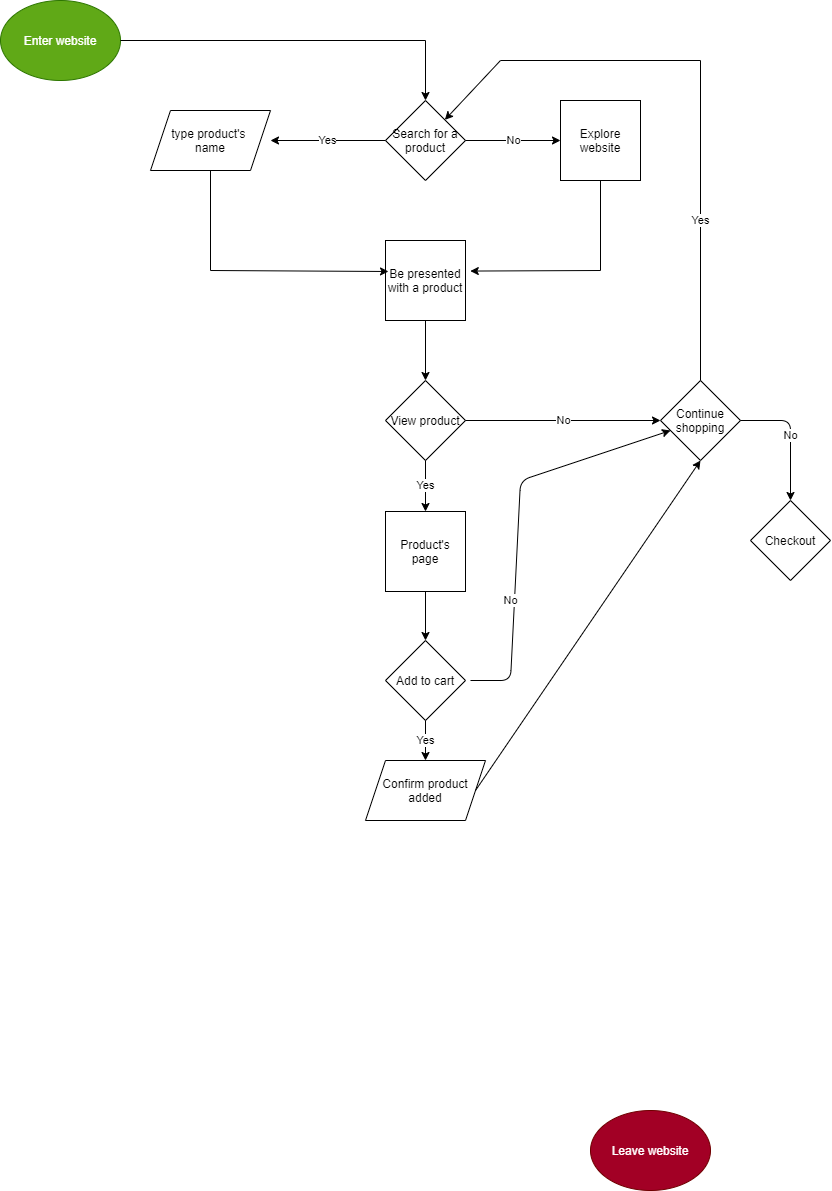
This is part2/part2.drawio.png from leeorn/wi21-cse110-lab4, a draw.io export, as it was before one commit. Source tidied: cells renumbered, new cells last; positions are measured from the earlier drawing's top-left corner, leaving out a move shared by most shapes.
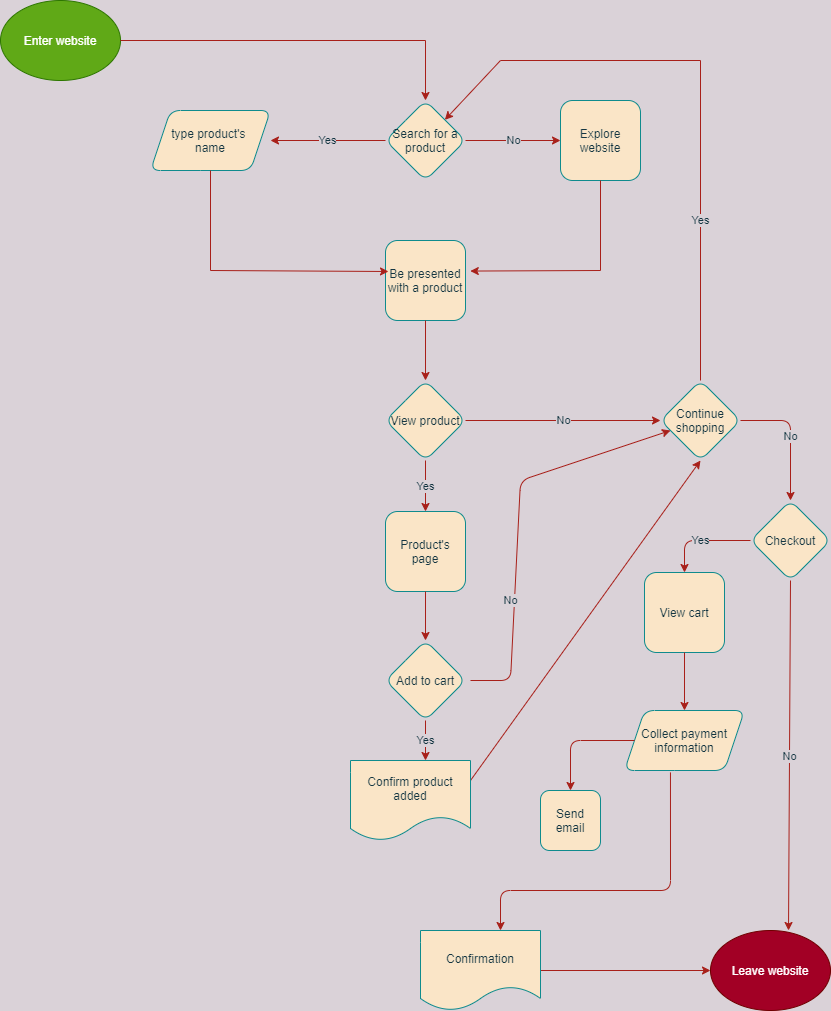
Above is the later version.

Commit message:
finish part 2 diagram

Change to the diagram source:
```diff
@@ -1,109 +1,109 @@
-<mxGraphModel>
+<mxGraphModel background="#DAD2D8">
   <root>
     <mxCell id="0" />
     <mxCell id="1" parent="0" />
-    <mxCell id="2" value="Enter website" style="ellipse;whiteSpace=wrap;html=1;fillColor=#60a917;strokeColor=#2D7600;fontColor=#ffffff;" parent="1" vertex="1">
+    <mxCell id="2" value="Enter website" style="ellipse;whiteSpace=wrap;html=1;fillColor=#60a917;strokeColor=#2D7600;fontColor=#ffffff;rounded=1;" parent="1" vertex="1">
       <mxGeometry width="120" height="80" as="geometry" />
     </mxCell>
-    <mxCell id="3" style="endArrow=none;html=1;" parent="1" edge="1">
+    <mxCell id="3" style="endArrow=none;html=1;labelBackgroundColor=#DAD2D8;strokeColor=#A8201A;fontColor=#143642;" parent="1" edge="1">
       <mxGeometry relative="1" as="geometry">
         <mxPoint x="120" y="40" as="sourcePoint" />
         <mxPoint x="425" y="40" as="targetPoint" />
       </mxGeometry>
     </mxCell>
-    <mxCell id="4" style="endArrow=classic;html=1;" parent="1" edge="1">
+    <mxCell id="4" style="endArrow=classic;html=1;labelBackgroundColor=#DAD2D8;strokeColor=#A8201A;fontColor=#143642;" parent="1" edge="1">
       <mxGeometry relative="1" as="geometry">
         <mxPoint x="425" y="40" as="sourcePoint" />
         <mxPoint x="425" y="100" as="targetPoint" />
       </mxGeometry>
     </mxCell>
-    <mxCell id="5" value="Search for a product" style="rhombus;whiteSpace=wrap;html=1;" parent="1" vertex="1">
+    <mxCell id="5" value="Search for a product" style="rhombus;whiteSpace=wrap;html=1;fillColor=#FAE5C7;strokeColor=#0F8B8D;fontColor=#143642;rounded=1;" parent="1" vertex="1">
       <mxGeometry x="385" y="100" width="80" height="80" as="geometry" />
     </mxCell>
-    <mxCell id="6" value="Yes" style="endArrow=classic;html=1;exitX=0;exitY=0.5;exitDx=0;exitDy=0;" parent="1" edge="1" source="5">
+    <mxCell id="6" value="Yes" style="endArrow=classic;html=1;exitX=0;exitY=0.5;exitDx=0;exitDy=0;labelBackgroundColor=#DAD2D8;strokeColor=#A8201A;fontColor=#143642;" parent="1" edge="1" source="5">
       <mxGeometry relative="1" as="geometry">
         <mxPoint x="270" y="140" as="targetPoint" />
       </mxGeometry>
     </mxCell>
-    <mxCell id="7" value="type product's &lt;br&gt;name" style="shape=parallelogram;perimeter=parallelogramPerimeter;whiteSpace=wrap;html=1;fixedSize=1;" parent="1" vertex="1">
+    <mxCell id="7" value="type product's &lt;br&gt;name" style="shape=parallelogram;perimeter=parallelogramPerimeter;whiteSpace=wrap;html=1;fixedSize=1;fillColor=#FAE5C7;strokeColor=#0F8B8D;fontColor=#143642;rounded=1;" parent="1" vertex="1">
       <mxGeometry x="150" y="110" width="120" height="60" as="geometry" />
     </mxCell>
-    <mxCell id="8" value="No" style="endArrow=classic;html=1;exitX=1;exitY=0.5;exitDx=0;exitDy=0;" parent="1" edge="1" source="5" target="9">
+    <mxCell id="8" value="No" style="endArrow=classic;html=1;exitX=1;exitY=0.5;exitDx=0;exitDy=0;labelBackgroundColor=#DAD2D8;strokeColor=#A8201A;fontColor=#143642;" parent="1" edge="1" source="5" target="9">
       <mxGeometry relative="1" as="geometry" />
     </mxCell>
-    <mxCell id="9" value="Explore website" style="whiteSpace=wrap;html=1;" parent="1" vertex="1">
+    <mxCell id="9" value="Explore website" style="whiteSpace=wrap;html=1;fillColor=#FAE5C7;strokeColor=#0F8B8D;fontColor=#143642;rounded=1;" parent="1" vertex="1">
       <mxGeometry x="560" y="100" width="80" height="80" as="geometry" />
     </mxCell>
-    <mxCell id="10" value="Be presented with a product" style="whiteSpace=wrap;html=1;" parent="1" vertex="1">
+    <mxCell id="10" value="Be presented with a product" style="whiteSpace=wrap;html=1;fillColor=#FAE5C7;strokeColor=#0F8B8D;fontColor=#143642;rounded=1;" parent="1" vertex="1">
       <mxGeometry x="385" y="240" width="80" height="80" as="geometry" />
     </mxCell>
-    <mxCell id="11" style="endArrow=none;html=1;entryX=0.5;entryY=1;entryDx=0;entryDy=0;" parent="1" edge="1" target="7">
+    <mxCell id="11" style="endArrow=none;html=1;entryX=0.5;entryY=1;entryDx=0;entryDy=0;labelBackgroundColor=#DAD2D8;strokeColor=#A8201A;fontColor=#143642;" parent="1" edge="1" target="7">
       <mxGeometry relative="1" as="geometry">
         <mxPoint x="210" y="270" as="sourcePoint" />
       </mxGeometry>
     </mxCell>
-    <mxCell id="12" style="endArrow=classic;html=1;" parent="1" edge="1">
+    <mxCell id="12" style="endArrow=classic;html=1;labelBackgroundColor=#DAD2D8;strokeColor=#A8201A;fontColor=#143642;" parent="1" edge="1">
       <mxGeometry relative="1" as="geometry">
         <mxPoint x="210" y="270" as="sourcePoint" />
         <mxPoint x="388" y="271" as="targetPoint" />
       </mxGeometry>
     </mxCell>
-    <mxCell id="13" style="endArrow=none;html=1;" parent="1" edge="1">
+    <mxCell id="13" style="endArrow=none;html=1;labelBackgroundColor=#DAD2D8;strokeColor=#A8201A;fontColor=#143642;" parent="1" edge="1">
       <mxGeometry relative="1" as="geometry">
         <mxPoint x="600" y="270" as="sourcePoint" />
         <mxPoint x="600" y="180" as="targetPoint" />
       </mxGeometry>
     </mxCell>
-    <mxCell id="14" style="endArrow=classic;html=1;entryX=1.06;entryY=0.382;entryDx=0;entryDy=0;entryPerimeter=0;" parent="1" edge="1" target="10">
+    <mxCell id="14" style="endArrow=classic;html=1;entryX=1.06;entryY=0.382;entryDx=0;entryDy=0;entryPerimeter=0;labelBackgroundColor=#DAD2D8;strokeColor=#A8201A;fontColor=#143642;" parent="1" edge="1" target="10">
       <mxGeometry relative="1" as="geometry">
         <mxPoint x="600" y="270" as="sourcePoint" />
       </mxGeometry>
     </mxCell>
-    <mxCell id="15" value="View product" style="rhombus;whiteSpace=wrap;html=1;" parent="1" vertex="1">
+    <mxCell id="15" value="View product" style="rhombus;whiteSpace=wrap;html=1;fillColor=#FAE5C7;strokeColor=#0F8B8D;fontColor=#143642;rounded=1;" parent="1" vertex="1">
       <mxGeometry x="385" y="380" width="80" height="80" as="geometry" />
     </mxCell>
-    <mxCell id="16" style="endArrow=classic;html=1;exitX=0.5;exitY=1;exitDx=0;exitDy=0;entryX=0.5;entryY=0;entryDx=0;entryDy=0;" parent="1" edge="1" source="10" target="15">
+    <mxCell id="16" style="endArrow=classic;html=1;exitX=0.5;exitY=1;exitDx=0;exitDy=0;entryX=0.5;entryY=0;entryDx=0;entryDy=0;labelBackgroundColor=#DAD2D8;strokeColor=#A8201A;fontColor=#143642;" parent="1" edge="1" source="10" target="15">
       <mxGeometry relative="1" as="geometry" />
     </mxCell>
-    <mxCell id="17" value="No" style="endArrow=classic;html=1;exitX=1;exitY=0.5;exitDx=0;exitDy=0;entryX=0;entryY=0.5;entryDx=0;entryDy=0;" parent="1" edge="1" source="15" target="18">
+    <mxCell id="17" value="No" style="endArrow=classic;html=1;exitX=1;exitY=0.5;exitDx=0;exitDy=0;entryX=0;entryY=0.5;entryDx=0;entryDy=0;labelBackgroundColor=#DAD2D8;strokeColor=#A8201A;fontColor=#143642;" parent="1" edge="1" source="15" target="18">
       <mxGeometry relative="1" as="geometry" />
     </mxCell>
-    <mxCell id="18" value="Continue shopping" style="rhombus;whiteSpace=wrap;html=1;" parent="1" vertex="1">
+    <mxCell id="18" value="Continue shopping" style="rhombus;whiteSpace=wrap;html=1;fillColor=#FAE5C7;strokeColor=#0F8B8D;fontColor=#143642;rounded=1;" parent="1" vertex="1">
       <mxGeometry x="660" y="380" width="80" height="80" as="geometry" />
     </mxCell>
-    <mxCell id="19" value="Yes" style="endArrow=none;html=1;" parent="1" edge="1">
+    <mxCell id="19" value="Yes" style="endArrow=none;html=1;labelBackgroundColor=#DAD2D8;strokeColor=#A8201A;fontColor=#143642;" parent="1" edge="1">
       <mxGeometry relative="1" as="geometry">
         <mxPoint x="700" y="380" as="sourcePoint" />
         <mxPoint x="700" y="60" as="targetPoint" />
       </mxGeometry>
     </mxCell>
-    <mxCell id="20" style="endArrow=none;html=1;" parent="1" edge="1">
+    <mxCell id="20" style="endArrow=none;html=1;labelBackgroundColor=#DAD2D8;strokeColor=#A8201A;fontColor=#143642;" parent="1" edge="1">
       <mxGeometry relative="1" as="geometry">
         <mxPoint x="500" y="60" as="sourcePoint" />
         <mxPoint x="700" y="60" as="targetPoint" />
       </mxGeometry>
     </mxCell>
-    <mxCell id="21" style="endArrow=classic;html=1;" parent="1" edge="1" target="5">
+    <mxCell id="21" style="endArrow=classic;html=1;labelBackgroundColor=#DAD2D8;strokeColor=#A8201A;fontColor=#143642;" parent="1" edge="1" target="5">
       <mxGeometry relative="1" as="geometry">
         <mxPoint x="500" y="60" as="sourcePoint" />
       </mxGeometry>
     </mxCell>
-    <mxCell id="22" value="Product's page" style="whiteSpace=wrap;html=1;" parent="1" vertex="1">
+    <mxCell id="22" value="Product's page" style="whiteSpace=wrap;html=1;fillColor=#FAE5C7;strokeColor=#0F8B8D;fontColor=#143642;rounded=1;" parent="1" vertex="1">
       <mxGeometry x="385" y="511" width="80" height="80" as="geometry" />
     </mxCell>
-    <mxCell id="23" value="Yes" style="endArrow=classic;html=1;exitX=0.5;exitY=1;exitDx=0;exitDy=0;entryX=0.5;entryY=0;entryDx=0;entryDy=0;" parent="1" edge="1" source="15" target="22">
+    <mxCell id="23" value="Yes" style="endArrow=classic;html=1;exitX=0.5;exitY=1;exitDx=0;exitDy=0;entryX=0.5;entryY=0;entryDx=0;entryDy=0;labelBackgroundColor=#DAD2D8;strokeColor=#A8201A;fontColor=#143642;" parent="1" edge="1" source="15" target="22">
       <mxGeometry relative="1" as="geometry" />
     </mxCell>
-    <mxCell id="24" value="Leave website" style="ellipse;whiteSpace=wrap;html=1;fillColor=#a20025;strokeColor=#6F0000;fontColor=#ffffff;" parent="1" vertex="1">
-      <mxGeometry x="590" y="1110" width="120" height="80" as="geometry" />
+    <mxCell id="24" value="Leave website" style="ellipse;whiteSpace=wrap;html=1;fillColor=#a20025;strokeColor=#6F0000;fontColor=#ffffff;rounded=1;" parent="1" vertex="1">
+      <mxGeometry x="710" y="930" width="120" height="80" as="geometry" />
     </mxCell>
-    <mxCell id="25" value="Add to cart" style="rhombus;whiteSpace=wrap;html=1;" parent="1" vertex="1">
+    <mxCell id="25" value="Add to cart" style="rhombus;whiteSpace=wrap;html=1;fillColor=#FAE5C7;strokeColor=#0F8B8D;fontColor=#143642;rounded=1;" parent="1" vertex="1">
       <mxGeometry x="385" y="640" width="80" height="80" as="geometry" />
     </mxCell>
-    <mxCell id="26" style="endArrow=classic;html=1;exitX=0.5;exitY=1;exitDx=0;exitDy=0;entryX=0.5;entryY=0;entryDx=0;entryDy=0;" parent="1" edge="1" source="22" target="25">
+    <mxCell id="26" style="endArrow=classic;html=1;exitX=0.5;exitY=1;exitDx=0;exitDy=0;entryX=0.5;entryY=0;entryDx=0;entryDy=0;labelBackgroundColor=#DAD2D8;strokeColor=#A8201A;fontColor=#143642;" parent="1" edge="1" source="22" target="25">
       <mxGeometry relative="1" as="geometry" />
     </mxCell>
-    <mxCell id="27" value="No" style="endArrow=classic;html=1;" parent="1" edge="1" target="18">
+    <mxCell id="27" value="No" style="endArrow=classic;html=1;labelBackgroundColor=#DAD2D8;strokeColor=#A8201A;fontColor=#143642;" parent="1" edge="1" target="18">
       <mxGeometry x="-0.4" y="4" relative="1" as="geometry">
         <mxPoint x="470" y="680" as="sourcePoint" />
         <Array as="points">
@@ -112,24 +112,72 @@
         </Array>
       </mxGeometry>
     </mxCell>
-    <mxCell id="28" value="Confirm product added" style="shape=parallelogram;perimeter=parallelogramPerimeter;whiteSpace=wrap;html=1;fixedSize=1;" parent="1" vertex="1">
-      <mxGeometry x="365" y="760" width="120" height="60" as="geometry" />
-    </mxCell>
-    <mxCell id="29" value="Yes" style="endArrow=classic;html=1;exitX=0.5;exitY=1;exitDx=0;exitDy=0;entryX=0.5;entryY=0;entryDx=0;entryDy=0;" parent="1" edge="1" source="25" target="28">
-      <mxGeometry relative="1" as="geometry" />
+    <mxCell id="29" value="Yes" style="endArrow=classic;html=1;exitX=0.5;exitY=1;exitDx=0;exitDy=0;entryX=0.5;entryY=0;entryDx=0;entryDy=0;labelBackgroundColor=#DAD2D8;strokeColor=#A8201A;fontColor=#143642;" parent="1" edge="1" source="25">
+      <mxGeometry relative="1" as="geometry">
+        <mxPoint x="425" y="760" as="targetPoint" />
+      </mxGeometry>
     </mxCell>
-    <mxCell id="30" style="endArrow=classic;html=1;exitX=1;exitY=0.5;exitDx=0;exitDy=0;entryX=0.5;entryY=1;entryDx=0;entryDy=0;" parent="1" edge="1" source="28" target="18">
+    <mxCell id="30" style="endArrow=classic;html=1;exitX=1;exitY=0.25;exitDx=0;exitDy=0;entryX=0.5;entryY=1;entryDx=0;entryDy=0;exitPerimeter=0;labelBackgroundColor=#DAD2D8;strokeColor=#A8201A;fontColor=#143642;" parent="1" edge="1" source="28" target="18">
       <mxGeometry relative="1" as="geometry" />
     </mxCell>
-    <mxCell id="31" value="Checkout" style="rhombus;whiteSpace=wrap;html=1;" parent="1" vertex="1">
+    <mxCell id="31" value="Checkout" style="rhombus;whiteSpace=wrap;html=1;fillColor=#FAE5C7;strokeColor=#0F8B8D;fontColor=#143642;rounded=1;" parent="1" vertex="1">
       <mxGeometry x="750" y="500" width="80" height="80" as="geometry" />
     </mxCell>
-    <mxCell id="32" value="No" style="endArrow=classic;html=1;exitX=1;exitY=0.5;exitDx=0;exitDy=0;entryX=0.5;entryY=0;entryDx=0;entryDy=0;" parent="1" edge="1" source="18" target="31">
+    <mxCell id="32" value="No" style="endArrow=classic;html=1;exitX=1;exitY=0.5;exitDx=0;exitDy=0;entryX=0.5;entryY=0;entryDx=0;entryDy=0;labelBackgroundColor=#DAD2D8;strokeColor=#A8201A;fontColor=#143642;" parent="1" edge="1" source="18" target="31">
       <mxGeometry relative="1" as="geometry">
         <Array as="points">
           <mxPoint x="790" y="420" />
         </Array>
       </mxGeometry>
     </mxCell>
+    <mxCell id="33" value="No" style="endArrow=classic;html=1;exitX=0.5;exitY=1;exitDx=0;exitDy=0;entryX=0.65;entryY=0;entryDx=0;entryDy=0;entryPerimeter=0;labelBackgroundColor=#DAD2D8;strokeColor=#A8201A;fontColor=#143642;" parent="1" edge="1" source="31" target="24">
+      <mxGeometry relative="1" as="geometry" />
+    </mxCell>
+    <mxCell id="34" value="View cart" style="whiteSpace=wrap;html=1;fillColor=#FAE5C7;strokeColor=#0F8B8D;fontColor=#143642;rounded=1;" parent="1" vertex="1">
+      <mxGeometry x="644" y="572" width="80" height="80" as="geometry" />
+    </mxCell>
+    <mxCell id="35" value="Yes" style="endArrow=classic;html=1;exitX=0;exitY=0.5;exitDx=0;exitDy=0;entryX=0.5;entryY=0;entryDx=0;entryDy=0;labelBackgroundColor=#DAD2D8;strokeColor=#A8201A;fontColor=#143642;" parent="1" edge="1" source="31" target="34">
+      <mxGeometry relative="1" as="geometry">
+        <Array as="points">
+          <mxPoint x="684" y="540" />
+        </Array>
+      </mxGeometry>
+    </mxCell>
+    <mxCell id="36" value="Collect payment information" style="shape=parallelogram;perimeter=parallelogramPerimeter;whiteSpace=wrap;html=1;fixedSize=1;fillColor=#FAE5C7;strokeColor=#0F8B8D;fontColor=#143642;rounded=1;" parent="1" vertex="1">
+      <mxGeometry x="624" y="710" width="120" height="60" as="geometry" />
+    </mxCell>
+    <mxCell id="37" style="endArrow=classic;html=1;exitX=1;exitY=0.5;exitDx=0;exitDy=0;entryX=0;entryY=0.5;entryDx=0;entryDy=0;labelBackgroundColor=#DAD2D8;strokeColor=#A8201A;fontColor=#143642;" parent="1" edge="1" target="24">
+      <mxGeometry relative="1" as="geometry">
+        <mxPoint x="540" y="970" as="sourcePoint" />
+      </mxGeometry>
+    </mxCell>
+    <mxCell id="38" style="endArrow=classic;html=1;exitX=0;exitY=0.5;exitDx=0;exitDy=0;entryX=0.5;entryY=0;entryDx=0;entryDy=0;labelBackgroundColor=#DAD2D8;strokeColor=#A8201A;fontColor=#143642;" parent="1" edge="1" source="36" target="39">
+      <mxGeometry relative="1" as="geometry">
+        <Array as="points">
+          <mxPoint x="570" y="740" />
+        </Array>
+      </mxGeometry>
+    </mxCell>
+    <mxCell id="39" value="Send email" style="whiteSpace=wrap;html=1;fillColor=#FAE5C7;strokeColor=#0F8B8D;fontColor=#143642;rounded=1;" parent="1" vertex="1">
+      <mxGeometry x="540" y="790" width="60" height="60" as="geometry" />
+    </mxCell>
+    <mxCell id="40" style="endArrow=classic;html=1;exitX=0.383;exitY=1.032;exitDx=0;exitDy=0;exitPerimeter=0;entryX=0.5;entryY=0;entryDx=0;entryDy=0;labelBackgroundColor=#DAD2D8;strokeColor=#A8201A;fontColor=#143642;" parent="1" edge="1" source="36">
+      <mxGeometry relative="1" as="geometry">
+        <mxPoint x="500" y="930" as="targetPoint" />
+        <Array as="points">
+          <mxPoint x="670" y="890" />
+          <mxPoint x="500" y="890" />
+        </Array>
+      </mxGeometry>
+    </mxCell>
+    <mxCell id="41" value="Confirmation" style="shape=document;whiteSpace=wrap;html=1;boundedLbl=1;fillColor=#FAE5C7;strokeColor=#0F8B8D;fontColor=#143642;rounded=1;" parent="1" vertex="1">
+      <mxGeometry x="420" y="930" width="120" height="80" as="geometry" />
+    </mxCell>
+    <mxCell id="28" value="Confirm product added" style="shape=document;whiteSpace=wrap;html=1;boundedLbl=1;fillColor=#FAE5C7;strokeColor=#0F8B8D;fontColor=#143642;rounded=1;" parent="1" vertex="1">
+      <mxGeometry x="350" y="760" width="120" height="80" as="geometry" />
+    </mxCell>
+    <mxCell id="42" style="endArrow=classic;html=1;exitX=0.5;exitY=1;exitDx=0;exitDy=0;entryX=0.5;entryY=0;entryDx=0;entryDy=0;labelBackgroundColor=#DAD2D8;strokeColor=#A8201A;fontColor=#143642;" parent="1" edge="1" source="34" target="36">
+      <mxGeometry relative="1" as="geometry" />
+    </mxCell>
   </root>
 </mxGraphModel>
```
